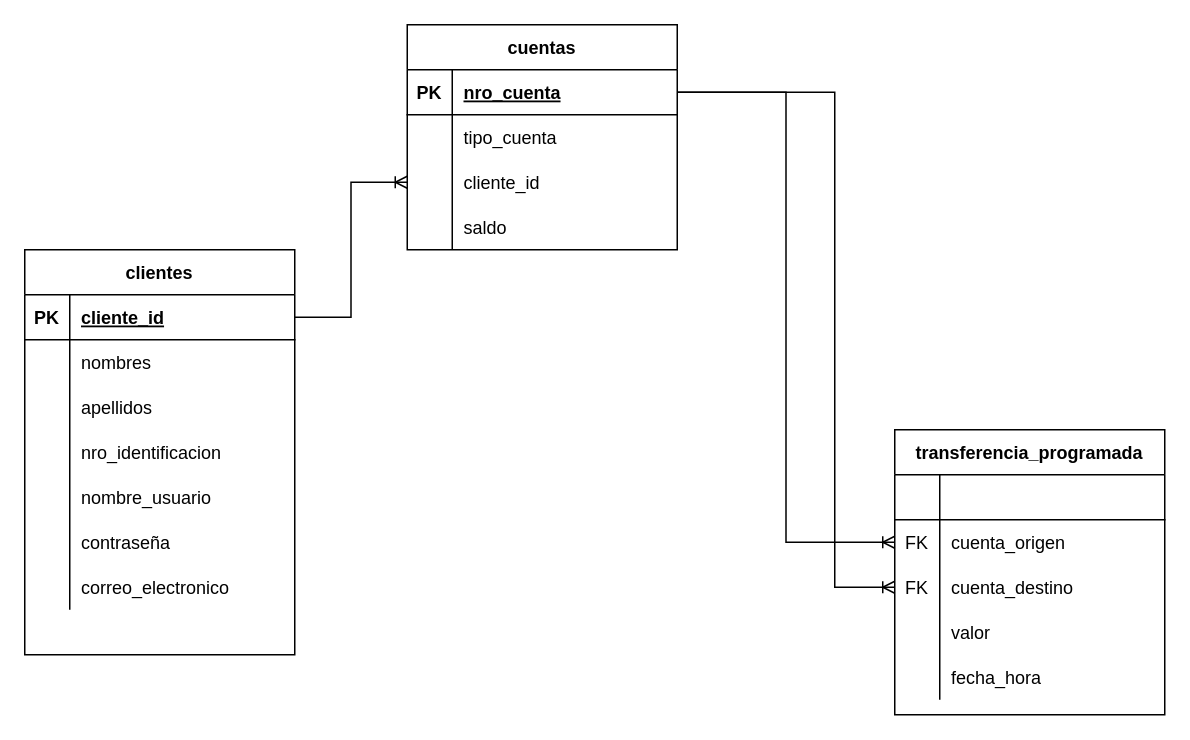
Before: spa/src/Untitled Diagram.drawio in tavomestra/ud_angular, a draw.io diagram. Source tidied: cells renumbered, new cells numbered last; positions are measured from the earlier drawing's top-left corner, leaving out a move shared by most shapes. Both pictures are drawn from the tidied source at 150%, with x=0, y=0 at pixel (24, 24).
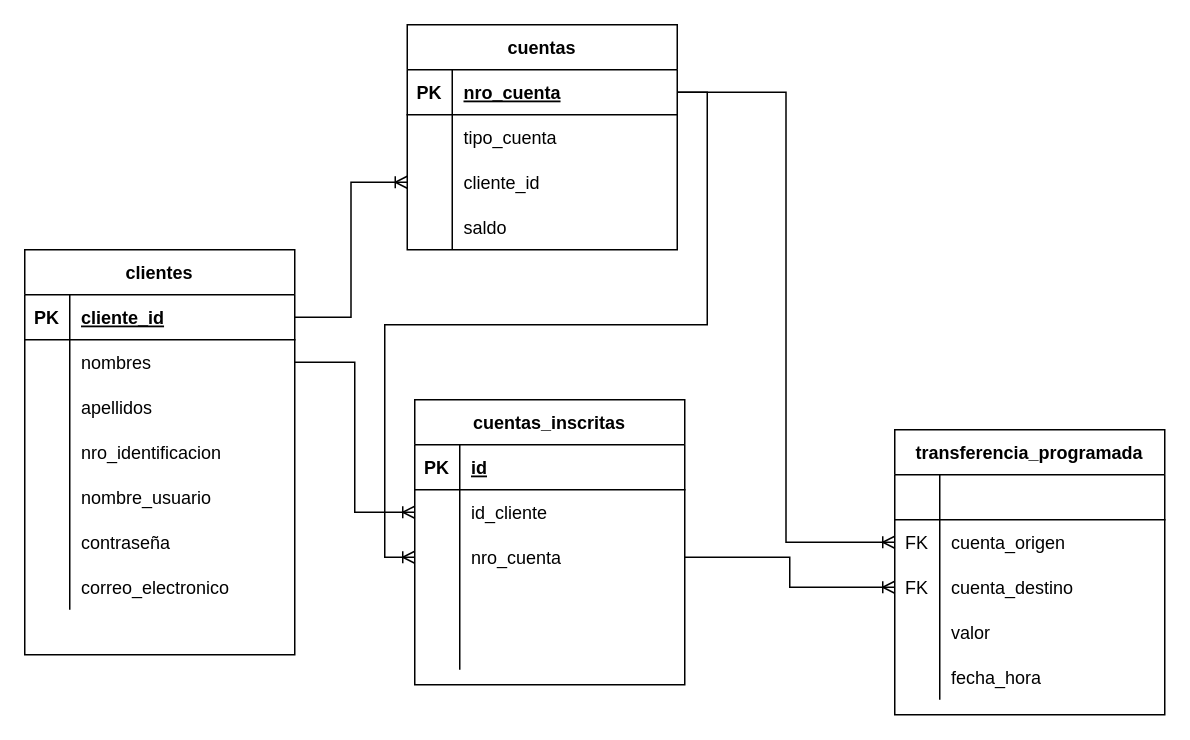
The same diagram, later.

Unchanged cells that the change refers to:
```xml
<mxCell id="6" style="shape=partialRectangle;fillColor=none;top=0;left=0;bottom=0;right=0;points=[[0,0.5],[1,0.5]];portConstraint=eastwest;" parent="2" vertex="1">
  <mxGeometry y="60" width="180" height="30" as="geometry" />
</mxCell>
<mxCell id="25" style="shape=partialRectangle;fillColor=none;top=0;left=0;bottom=1;right=0;points=[[0,0.5],[1,0.5]];portConstraint=eastwest;" parent="24" vertex="1">
  <mxGeometry y="30" width="180" height="30" as="geometry" />
</mxCell>
<mxCell id="45" style="shape=partialRectangle;fillColor=none;top=0;left=0;bottom=0;right=0;points=[[0,0.5],[1,0.5]];portConstraint=eastwest;" parent="38" vertex="1">
  <mxGeometry y="90" width="180" height="30" as="geometry" />
</mxCell>
```

Diff of the diagram source:
```diff
@@
+    <mxCell id="56" value="cuentas_inscritas" style="shape=table;startSize=30;childLayout=tableLayout;rowLines=0;fontStyle=1;align=center;" parent="1" vertex="1">
+      <mxGeometry x="260" y="250" width="180" height="190" as="geometry" />
+    </mxCell>
+    <mxCell id="57" style="shape=partialRectangle;fillColor=none;top=0;left=0;bottom=1;right=0;" parent="56" vertex="1">
+      <mxGeometry y="30" width="180" height="30" as="geometry" />
+    </mxCell>
+    <mxCell id="58" value="PK" style="shape=partialRectangle;fillColor=none;top=0;left=0;bottom=0;right=0;fontStyle=1;overflow=hidden;" parent="57" vertex="1">
+      <mxGeometry width="30" height="30" as="geometry" />
+    </mxCell>
+    <mxCell id="59" value="id" style="shape=partialRectangle;fillColor=none;top=0;left=0;bottom=0;right=0;align=left;spacingLeft=6;fontStyle=5;overflow=hidden;" parent="57" vertex="1">
+      <mxGeometry x="30" width="150" height="30" as="geometry" />
+    </mxCell>
+    <mxCell id="60" style="shape=partialRectangle;fillColor=none;top=0;left=0;bottom=0;right=0;points=[[0,0.5],[1,0.5]];portConstraint=eastwest;" parent="56" vertex="1">
+      <mxGeometry y="60" width="180" height="30" as="geometry" />
+    </mxCell>
+    <mxCell id="61" style="shape=partialRectangle;fillColor=none;top=0;left=0;bottom=0;right=0;overflow=hidden;" parent="60" vertex="1">
+      <mxGeometry width="30" height="30" as="geometry" />
+    </mxCell>
+    <mxCell id="62" value="id_cliente" style="shape=partialRectangle;fillColor=none;top=0;left=0;bottom=0;right=0;align=left;spacingLeft=6;overflow=hidden;" parent="60" vertex="1">
+      <mxGeometry x="30" width="150" height="30" as="geometry" />
+    </mxCell>
+    <mxCell id="63" style="shape=partialRectangle;fillColor=none;top=0;left=0;bottom=0;right=0;points=[[0,0.5],[1,0.5]];portConstraint=eastwest;" parent="56" vertex="1">
+      <mxGeometry y="90" width="180" height="30" as="geometry" />
+    </mxCell>
+    <mxCell id="64" style="shape=partialRectangle;fillColor=none;top=0;left=0;bottom=0;right=0;overflow=hidden;" parent="63" vertex="1">
+      <mxGeometry width="30" height="30" as="geometry" />
+    </mxCell>
+    <mxCell id="65" value="nro_cuenta" style="shape=partialRectangle;fillColor=none;top=0;left=0;bottom=0;right=0;align=left;spacingLeft=6;overflow=hidden;" parent="63" vertex="1">
+      <mxGeometry x="30" width="150" height="30" as="geometry" />
+    </mxCell>
+    <mxCell id="66" style="shape=partialRectangle;fillColor=none;top=0;left=0;bottom=0;right=0;" parent="56" vertex="1">
+      <mxGeometry y="120" width="180" height="30" as="geometry" />
+    </mxCell>
+    <mxCell id="67" style="shape=partialRectangle;fillColor=none;top=0;left=0;bottom=0;right=0;overflow=hidden;" parent="66" vertex="1">
+      <mxGeometry width="30" height="30" as="geometry" />
+    </mxCell>
+    <mxCell id="68" style="shape=partialRectangle;fillColor=none;top=0;left=0;bottom=0;right=0;align=left;spacingLeft=6;overflow=hidden;" parent="66" vertex="1">
+      <mxGeometry x="30" width="150" height="30" as="geometry" />
+    </mxCell>
+    <mxCell id="69" style="shape=partialRectangle;fillColor=none;top=0;left=0;bottom=0;right=0;" parent="56" vertex="1">
+      <mxGeometry y="150" width="180" height="30" as="geometry" />
+    </mxCell>
+    <mxCell id="70" style="shape=partialRectangle;fillColor=none;top=0;left=0;bottom=0;right=0;overflow=hidden;" parent="69" vertex="1">
+      <mxGeometry width="30" height="30" as="geometry" />
+    </mxCell>
+    <mxCell id="71" style="shape=partialRectangle;fillColor=none;top=0;left=0;bottom=0;right=0;align=left;spacingLeft=6;overflow=hidden;" parent="69" vertex="1">
+      <mxGeometry x="30" width="150" height="30" as="geometry" />
+    </mxCell>
+    <mxCell id="72" style="edgeStyle=orthogonalEdgeStyle;rounded=0;jettySize=auto;html=1;endArrow=ERoneToMany;endFill=0;" parent="1" edge="1" source="25" target="63">
+      <mxGeometry relative="1" as="geometry" />
+    </mxCell>
+    <mxCell id="73" style="edgeStyle=orthogonalEdgeStyle;rounded=0;jettySize=auto;html=1;endArrow=ERoneToMany;endFill=0;" parent="1" edge="1" source="6" target="60">
+      <mxGeometry relative="1" as="geometry" />
+    </mxCell>
@@
-    <mxCell id="55" style="edgeStyle=orthogonalEdgeStyle;rounded=0;jettySize=auto;html=1;endArrow=ERoneToMany;endFill=0;" parent="1" edge="1" source="25" target="45">
-      <mxGeometry relative="1" as="geometry">
-        <Array as="points">
-          <mxPoint x="540" y="45" />
-          <mxPoint x="540" y="375" />
-        </Array>
-      </mxGeometry>
-    </mxCell>
+    <mxCell id="74" style="edgeStyle=orthogonalEdgeStyle;rounded=0;jettySize=auto;html=1;endArrow=ERoneToMany;endFill=0;" parent="1" edge="1" source="63" target="45">
+      <mxGeometry relative="1" as="geometry" />
+    </mxCell>
```
